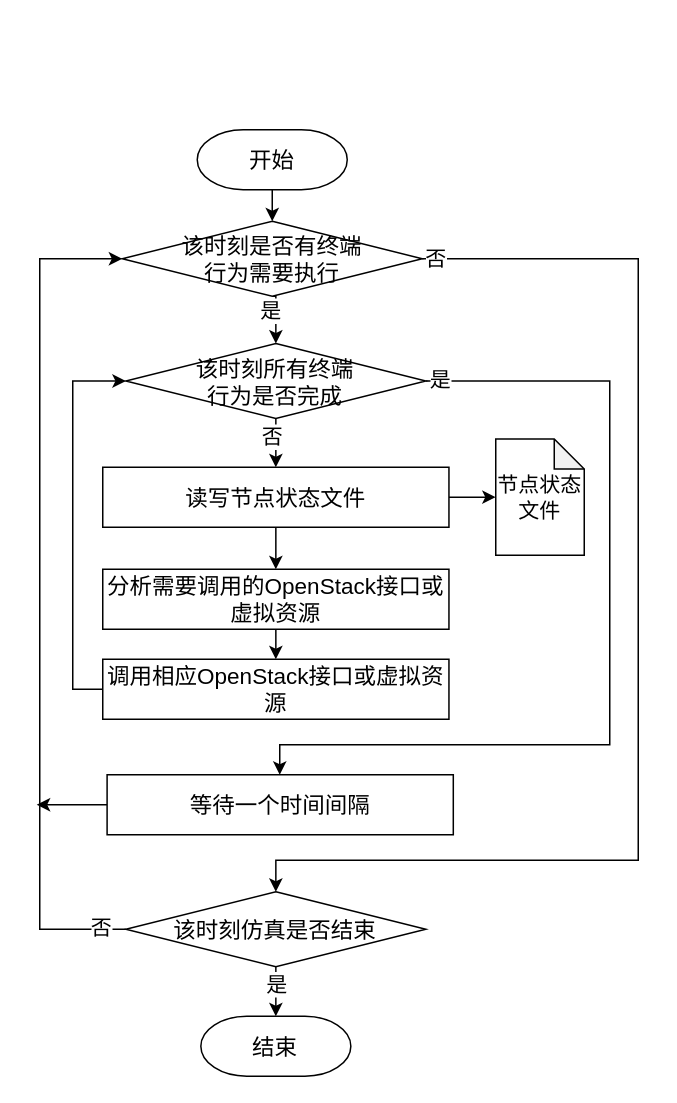
Before: page "动态网络仿真总体流程" (2 of 13) of 网络控制技术_流程图.drawio in Icarus1994/neutron_conf, a draw.io diagram. Source tidied: cells renumbered, new cells numbered last; positions are measured from the earlier drawing's top-left corner, leaving out a move shared by most shapes. Both pictures are drawn from the tidied source at 150%, with x=0, y=0 at pixel (36, 129).
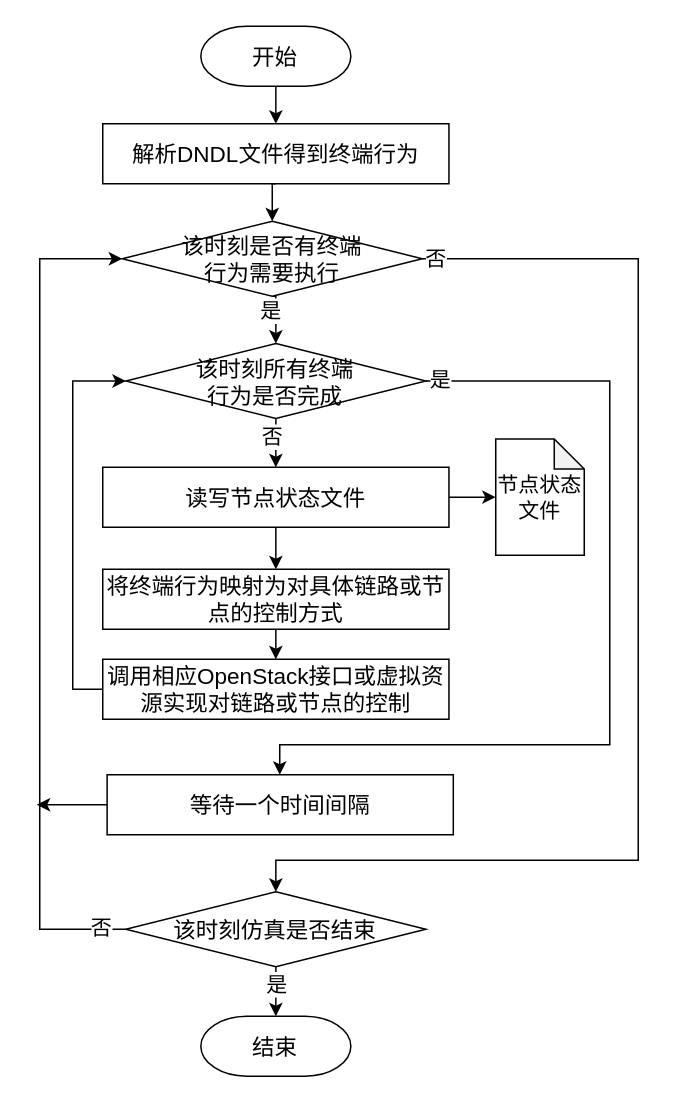
The same page after the edit.

The change refers to these unchanged cells:
```xml
<mxCell id="6" value="该时刻是否有终端&lt;br&gt;行为&lt;span style=&quot;font-size: 15px&quot;&gt;需要执行&lt;br style=&quot;font-size: 15px&quot;&gt;&lt;/span&gt;" style="strokeWidth=1;html=1;shape=mxgraph.flowchart.decision;whiteSpace=wrap;fontSize=15;" parent="1" vertex="1">
  <mxGeometry x="57" y="61" width="200" height="50" as="geometry" />
</mxCell>
```

What changed in the source:
```diff
@@
-    <mxCell id="12" value="&lt;font style=&quot;font-size: 15px&quot;&gt;调用相应OpenStack接口或虚拟资源&lt;/font&gt;" style="rounded=0;whiteSpace=wrap;html=1;strokeWidth=1;fontSize=15;" parent="1" vertex="1">
+    <mxCell id="12" value="&lt;font style=&quot;font-size: 15px&quot;&gt;调用相应OpenStack接口或虚拟资源实现对链路或节点的控制&lt;/font&gt;" style="rounded=0;whiteSpace=wrap;html=1;strokeWidth=1;fontSize=15;" parent="1" vertex="1">
       <mxGeometry x="44" y="353" width="230.8" height="40" as="geometry" />
     </mxCell>
@@
-    <mxCell id="26" style="edgeStyle=orthogonalEdgeStyle;rounded=0;jettySize=auto;html=1;exitX=0.5;exitY=1;exitDx=0;exitDy=0;exitPerimeter=0;entryX=0.5;entryY=0;entryDx=0;entryDy=0;entryPerimeter=0;" parent="1" edge="1" source="27" target="6">
+    <mxCell id="26" style="edgeStyle=orthogonalEdgeStyle;rounded=0;jettySize=auto;html=1;entryX=0.5;entryY=0;entryDx=0;entryDy=0;entryPerimeter=0;exitX=0.5;exitY=1;exitDx=0;exitDy=0;" parent="1" edge="1" source="31" target="6">
       <mxGeometry relative="1" as="geometry" />
     </mxCell>
+    <mxCell id="30" style="edgeStyle=orthogonalEdgeStyle;rounded=0;jettySize=auto;html=1;exitX=0.5;exitY=1;exitDx=0;exitDy=0;exitPerimeter=0;entryX=0.5;entryY=0;entryDx=0;entryDy=0;" parent="1" edge="1" source="27" target="31">
+      <mxGeometry relative="1" as="geometry" />
+    </mxCell>
     <mxCell id="27" value="开始" style="strokeWidth=1;html=1;shape=mxgraph.flowchart.terminator;whiteSpace=wrap;fontSize=15;" parent="1" vertex="1">
-      <mxGeometry x="107" width="100" height="40" as="geometry" />
+      <mxGeometry x="109.4" y="-69" width="100" height="40" as="geometry" />
     </mxCell>
@@
-    <mxCell id="29" value="分析需要调用的OpenStack接口或虚拟资源" style="rounded=0;whiteSpace=wrap;html=1;strokeWidth=1;fontSize=15;" parent="1" vertex="1">
+    <mxCell id="29" value="将终端行为映射为对具体链路或节点的控制方式" style="rounded=0;whiteSpace=wrap;html=1;strokeWidth=1;fontSize=15;" parent="1" vertex="1">
       <mxGeometry x="44" y="293" width="230.8" height="40" as="geometry" />
     </mxCell>
+    <mxCell id="31" value="解析DNDL文件得到终端行为" style="rounded=0;whiteSpace=wrap;html=1;strokeWidth=1;fontSize=15;" parent="1" vertex="1">
+      <mxGeometry x="44" y="-4" width="230.8" height="40" as="geometry" />
+    </mxCell>
```
